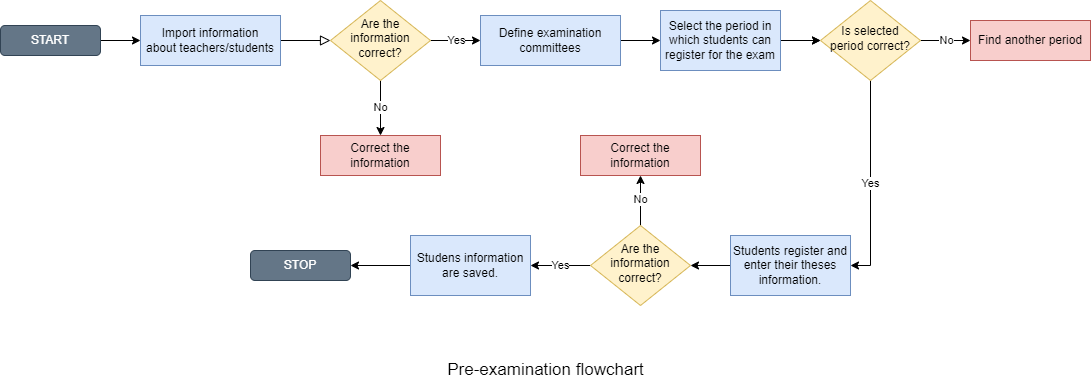
The draw.io diagram pre-examination.drawio.png in iustina02/test, before a commit. Source tidied: cells renumbered, new cells last; positions are measured from the earlier drawing's top-left corner, leaving out a move shared by most shapes.
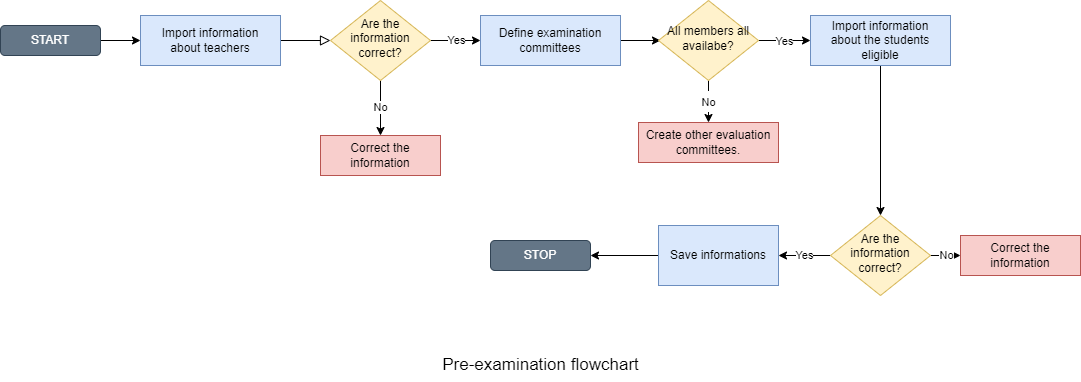
After the change.

Change to the diagram source:
```diff
@@ -5,8 +5,8 @@
     <mxCell id="2" style="rounded=0;html=1;jettySize=auto;fontSize=11;endArrow=block;endFill=0;endSize=8;strokeWidth=1;shadow=0;labelBackgroundColor=none;edgeStyle=orthogonalEdgeStyle;" parent="1" edge="1" source="3" target="6">
       <mxGeometry relative="1" as="geometry" />
     </mxCell>
-    <mxCell id="3" value="Import information about&amp;nbsp;teachers/students" style="rounded=0;whiteSpace=wrap;html=1;fontSize=12;glass=0;strokeWidth=1;shadow=0;fillColor=#dae8fc;strokeColor=#6c8ebf;" parent="1" vertex="1">
-      <mxGeometry x="140" y="15" width="140" height="50" as="geometry" />
+    <mxCell id="3" value="Import information about&amp;nbsp;teachers" style="rounded=0;whiteSpace=wrap;html=1;fontSize=12;glass=0;strokeWidth=1;shadow=0;fillColor=#dae8fc;strokeColor=#6c8ebf;" parent="1" vertex="1">
+      <mxGeometry x="145" y="20" width="140" height="50" as="geometry" />
     </mxCell>
     <mxCell id="4" value="Yes" style="edgeStyle=orthogonalEdgeStyle;rounded=0;jettySize=auto;html=1;exitX=1;exitY=0.5;exitDx=0;exitDy=0;entryX=0;entryY=0.5;entryDx=0;entryDy=0;" parent="1" edge="1" source="6" target="9">
       <mxGeometry relative="1" as="geometry" />
@@ -15,75 +15,66 @@
       <mxGeometry relative="1" as="geometry" />
     </mxCell>
     <mxCell id="6" value="Are the information correct?" style="rhombus;whiteSpace=wrap;html=1;shadow=0;fontFamily=Helvetica;fontSize=12;align=center;strokeWidth=1;spacing=6;spacingTop=-4;fillColor=#fff2cc;strokeColor=#d6b656;" parent="1" vertex="1">
-      <mxGeometry x="330" width="100" height="80" as="geometry" />
+      <mxGeometry x="335" y="5" width="100" height="80" as="geometry" />
     </mxCell>
     <mxCell id="7" value="Correct the information" style="rounded=0;whiteSpace=wrap;html=1;fontSize=12;glass=0;strokeWidth=1;shadow=0;fillColor=#f8cecc;strokeColor=#b85450;" parent="1" vertex="1">
-      <mxGeometry x="320" y="135" width="120" height="40" as="geometry" />
+      <mxGeometry x="325" y="140" width="120" height="40" as="geometry" />
     </mxCell>
-    <mxCell id="8" style="edgeStyle=orthogonalEdgeStyle;rounded=0;jettySize=auto;html=1;exitX=1;exitY=0.5;exitDx=0;exitDy=0;entryX=0;entryY=0.5;entryDx=0;entryDy=0;" parent="1" edge="1" source="9" target="14">
-      <mxGeometry relative="1" as="geometry" />
+    <mxCell id="8" style="edgeStyle=orthogonalEdgeStyle;rounded=0;jettySize=auto;html=1;exitX=1;exitY=0.5;exitDx=0;exitDy=0;entryX=0;entryY=0.5;entryDx=0;entryDy=0;" parent="1" edge="1" source="9">
+      <mxGeometry relative="1" as="geometry">
+        <mxPoint x="665" y="45" as="targetPoint" />
+      </mxGeometry>
     </mxCell>
     <mxCell id="9" value="Define&amp;nbsp;examination committees" style="rounded=0;whiteSpace=wrap;html=1;fontSize=12;glass=0;strokeWidth=1;shadow=0;fillColor=#dae8fc;strokeColor=#6c8ebf;" parent="1" vertex="1">
-      <mxGeometry x="480" y="15" width="140" height="50" as="geometry" />
+      <mxGeometry x="485" y="20" width="140" height="50" as="geometry" />
     </mxCell>
     <mxCell id="10" style="edgeStyle=orthogonalEdgeStyle;rounded=0;jettySize=auto;html=1;exitX=0;exitY=0.5;exitDx=0;exitDy=0;entryX=1;entryY=0.5;entryDx=0;entryDy=0;" parent="1" edge="1" source="11" target="27">
       <mxGeometry relative="1" as="geometry" />
     </mxCell>
-    <mxCell id="11" value="Studens information are saved." style="rounded=0;whiteSpace=wrap;html=1;fillColor=#dae8fc;strokeColor=#6c8ebf;" parent="1" vertex="1">
-      <mxGeometry x="410" y="235" width="120" height="60" as="geometry" />
+    <mxCell id="11" value="Save informations" style="rounded=0;whiteSpace=wrap;html=1;fillColor=#dae8fc;strokeColor=#6c8ebf;" parent="1" vertex="1">
+      <mxGeometry x="663" y="230" width="120" height="60" as="geometry" />
     </mxCell>
-    <mxCell id="12" style="edgeStyle=orthogonalEdgeStyle;rounded=0;jettySize=auto;html=1;exitX=1;exitY=0.5;exitDx=0;exitDy=0;entryX=0;entryY=0.5;entryDx=0;entryDy=0;" parent="1" edge="1" target="17">
-      <mxGeometry relative="1" as="geometry">
-        <mxPoint x="790" y="40" as="sourcePoint" />
-      </mxGeometry>
-    </mxCell>
-    <mxCell id="13" style="edgeStyle=orthogonalEdgeStyle;rounded=0;jettySize=auto;html=1;" parent="1" edge="1" source="14" target="17">
-      <mxGeometry relative="1" as="geometry" />
-    </mxCell>
-    <mxCell id="14" value="Select the period in which students can register for the exam" style="rounded=0;whiteSpace=wrap;html=1;fillColor=#dae8fc;strokeColor=#6c8ebf;" parent="1" vertex="1">
-      <mxGeometry x="660" y="10" width="120" height="60" as="geometry" />
-    </mxCell>
-    <mxCell id="15" value="No" style="edgeStyle=orthogonalEdgeStyle;rounded=0;jettySize=auto;html=1;exitX=1;exitY=0.5;exitDx=0;exitDy=0;entryX=0;entryY=0.5;entryDx=0;entryDy=0;" parent="1" edge="1" source="17" target="18">
-      <mxGeometry relative="1" as="geometry" />
-    </mxCell>
-    <mxCell id="16" value="Yes" style="edgeStyle=orthogonalEdgeStyle;rounded=0;jettySize=auto;html=1;exitX=0.5;exitY=1;exitDx=0;exitDy=0;entryX=1;entryY=0.5;entryDx=0;entryDy=0;" parent="1" edge="1" source="17" target="20">
-      <mxGeometry relative="1" as="geometry" />
-    </mxCell>
-    <mxCell id="17" value="Is selected period correct?" style="rhombus;whiteSpace=wrap;html=1;shadow=0;fontFamily=Helvetica;fontSize=12;align=center;strokeWidth=1;spacing=6;spacingTop=-4;fillColor=#fff2cc;strokeColor=#d6b656;" parent="1" vertex="1">
-      <mxGeometry x="820" width="100" height="80" as="geometry" />
-    </mxCell>
-    <mxCell id="18" value="Find another period" style="rounded=0;whiteSpace=wrap;html=1;fontSize=12;glass=0;strokeWidth=1;shadow=0;fillColor=#f8cecc;strokeColor=#b85450;" parent="1" vertex="1">
-      <mxGeometry x="970" y="20" width="120" height="40" as="geometry" />
-    </mxCell>
-    <mxCell id="19" style="edgeStyle=orthogonalEdgeStyle;rounded=0;jettySize=auto;html=1;exitX=0;exitY=0.5;exitDx=0;exitDy=0;" parent="1" edge="1" source="20" target="23">
-      <mxGeometry relative="1" as="geometry" />
-    </mxCell>
-    <mxCell id="20" value="Students register and enter their theses information." style="rounded=0;whiteSpace=wrap;html=1;fillColor=#dae8fc;strokeColor=#6c8ebf;" parent="1" vertex="1">
-      <mxGeometry x="730" y="235" width="120" height="60" as="geometry" />
-    </mxCell>
-    <mxCell id="21" value="No" style="edgeStyle=orthogonalEdgeStyle;rounded=0;jettySize=auto;html=1;exitX=0.5;exitY=0;exitDx=0;exitDy=0;entryX=0.5;entryY=1;entryDx=0;entryDy=0;" parent="1" edge="1" source="23" target="24">
-      <mxGeometry relative="1" as="geometry" />
-    </mxCell>
-    <mxCell id="22" value="Yes" style="edgeStyle=orthogonalEdgeStyle;rounded=0;jettySize=auto;html=1;exitX=0;exitY=0.5;exitDx=0;exitDy=0;entryX=1;entryY=0.5;entryDx=0;entryDy=0;" parent="1" edge="1" source="23" target="11">
-      <mxGeometry relative="1" as="geometry" />
-    </mxCell>
-    <mxCell id="23" value="Are the information correct?" style="rhombus;whiteSpace=wrap;html=1;shadow=0;fontFamily=Helvetica;fontSize=12;align=center;strokeWidth=1;spacing=6;spacingTop=-4;fillColor=#fff2cc;strokeColor=#d6b656;" parent="1" vertex="1">
-      <mxGeometry x="590" y="225" width="100" height="80" as="geometry" />
-    </mxCell>
     <mxCell id="24" value="Correct the information" style="rounded=0;whiteSpace=wrap;html=1;fontSize=12;glass=0;strokeWidth=1;shadow=0;fillColor=#f8cecc;strokeColor=#b85450;" parent="1" vertex="1">
-      <mxGeometry x="580" y="135" width="120" height="40" as="geometry" />
+      <mxGeometry x="965" y="240" width="120" height="40" as="geometry" />
     </mxCell>
     <mxCell id="25" style="edgeStyle=orthogonalEdgeStyle;rounded=0;jettySize=auto;html=1;exitX=1;exitY=0.5;exitDx=0;exitDy=0;entryX=0;entryY=0.5;entryDx=0;entryDy=0;" parent="1" edge="1" source="26" target="3">
       <mxGeometry relative="1" as="geometry" />
     </mxCell>
     <mxCell id="26" value="START" style="rounded=1;whiteSpace=wrap;html=1;shadow=0;fillColor=#647687;strokeColor=#314354;fontColor=#ffffff;" parent="1" vertex="1">
-      <mxGeometry y="25" width="100" height="30" as="geometry" />
+      <mxGeometry x="5" y="30" width="100" height="30" as="geometry" />
     </mxCell>
     <mxCell id="27" value="STOP" style="rounded=1;whiteSpace=wrap;html=1;shadow=0;fillColor=#647687;strokeColor=#314354;fontColor=#ffffff;" parent="1" vertex="1">
-      <mxGeometry x="250" y="250" width="100" height="30" as="geometry" />
+      <mxGeometry x="495" y="245" width="100" height="30" as="geometry" />
     </mxCell>
     <mxCell id="28" value="&lt;font style=&quot;font-size: 17px;&quot;&gt;Pre-examination flowchart&lt;/font&gt;" style="text;html=1;strokeColor=none;fillColor=none;align=center;verticalAlign=middle;whiteSpace=wrap;rounded=0;shadow=0;" parent="1" vertex="1">
       <mxGeometry x="433" y="355" width="225" height="30" as="geometry" />
     </mxCell>
+    <mxCell id="29" value="&lt;font style=&quot;font-size: 11px;&quot;&gt;No&lt;/font&gt;" style="edgeStyle=orthogonalEdgeStyle;rounded=0;jettySize=auto;html=1;exitX=0.5;exitY=1;exitDx=0;exitDy=0;entryX=0.5;entryY=0;entryDx=0;entryDy=0;fontSize=17;" parent="1" edge="1" source="31" target="32">
+      <mxGeometry relative="1" as="geometry" />
+    </mxCell>
+    <mxCell id="30" value="&lt;font style=&quot;font-size: 11px;&quot;&gt;Yes&lt;/font&gt;" style="edgeStyle=orthogonalEdgeStyle;rounded=0;jettySize=auto;html=1;exitX=1;exitY=0.5;exitDx=0;exitDy=0;entryX=0;entryY=0.5;entryDx=0;entryDy=0;fontSize=17;" parent="1" edge="1" source="31" target="34">
+      <mxGeometry relative="1" as="geometry" />
+    </mxCell>
+    <mxCell id="31" value="All members all availabe?" style="rhombus;whiteSpace=wrap;html=1;shadow=0;fontFamily=Helvetica;fontSize=12;align=center;strokeWidth=1;spacing=6;spacingTop=-4;fillColor=#fff2cc;strokeColor=#d6b656;" parent="1" vertex="1">
+      <mxGeometry x="663" y="5" width="100" height="80" as="geometry" />
+    </mxCell>
+    <mxCell id="32" value="Create other evaluation committees." style="rounded=0;whiteSpace=wrap;html=1;fontSize=12;glass=0;strokeWidth=1;shadow=0;fillColor=#f8cecc;strokeColor=#b85450;" parent="1" vertex="1">
+      <mxGeometry x="643" y="127" width="140" height="40" as="geometry" />
+    </mxCell>
+    <mxCell id="33" style="edgeStyle=orthogonalEdgeStyle;rounded=0;jettySize=auto;html=1;exitX=0.5;exitY=1;exitDx=0;exitDy=0;entryX=0.5;entryY=0;entryDx=0;entryDy=0;fontSize=11;" parent="1" edge="1" source="34" target="23">
+      <mxGeometry relative="1" as="geometry" />
+    </mxCell>
+    <mxCell id="34" value="Import information about&amp;nbsp;the students eligible" style="rounded=0;whiteSpace=wrap;html=1;fontSize=12;glass=0;strokeWidth=1;shadow=0;fillColor=#dae8fc;strokeColor=#6c8ebf;" parent="1" vertex="1">
+      <mxGeometry x="815" y="20" width="140" height="50" as="geometry" />
+    </mxCell>
+    <mxCell id="21" value="No" style="edgeStyle=orthogonalEdgeStyle;rounded=0;jettySize=auto;html=1;exitX=1;exitY=0.5;exitDx=0;exitDy=0;entryX=0;entryY=0.5;entryDx=0;entryDy=0;fontSize=11;" parent="1" edge="1" source="23" target="24">
+      <mxGeometry relative="1" as="geometry" />
+    </mxCell>
+    <mxCell id="22" value="Yes" style="edgeStyle=orthogonalEdgeStyle;rounded=0;jettySize=auto;html=1;exitX=0;exitY=0.5;exitDx=0;exitDy=0;entryX=1;entryY=0.5;entryDx=0;entryDy=0;fontSize=11;" parent="1" edge="1" source="23" target="11">
+      <mxGeometry relative="1" as="geometry" />
+    </mxCell>
+    <mxCell id="23" value="Are the information correct?" style="rhombus;whiteSpace=wrap;html=1;shadow=0;fontFamily=Helvetica;fontSize=12;align=center;strokeWidth=1;spacing=6;spacingTop=-4;fillColor=#fff2cc;strokeColor=#d6b656;" parent="1" vertex="1">
+      <mxGeometry x="835" y="220" width="100" height="80" as="geometry" />
+    </mxCell>
   </root>
 </mxGraphModel>
```
